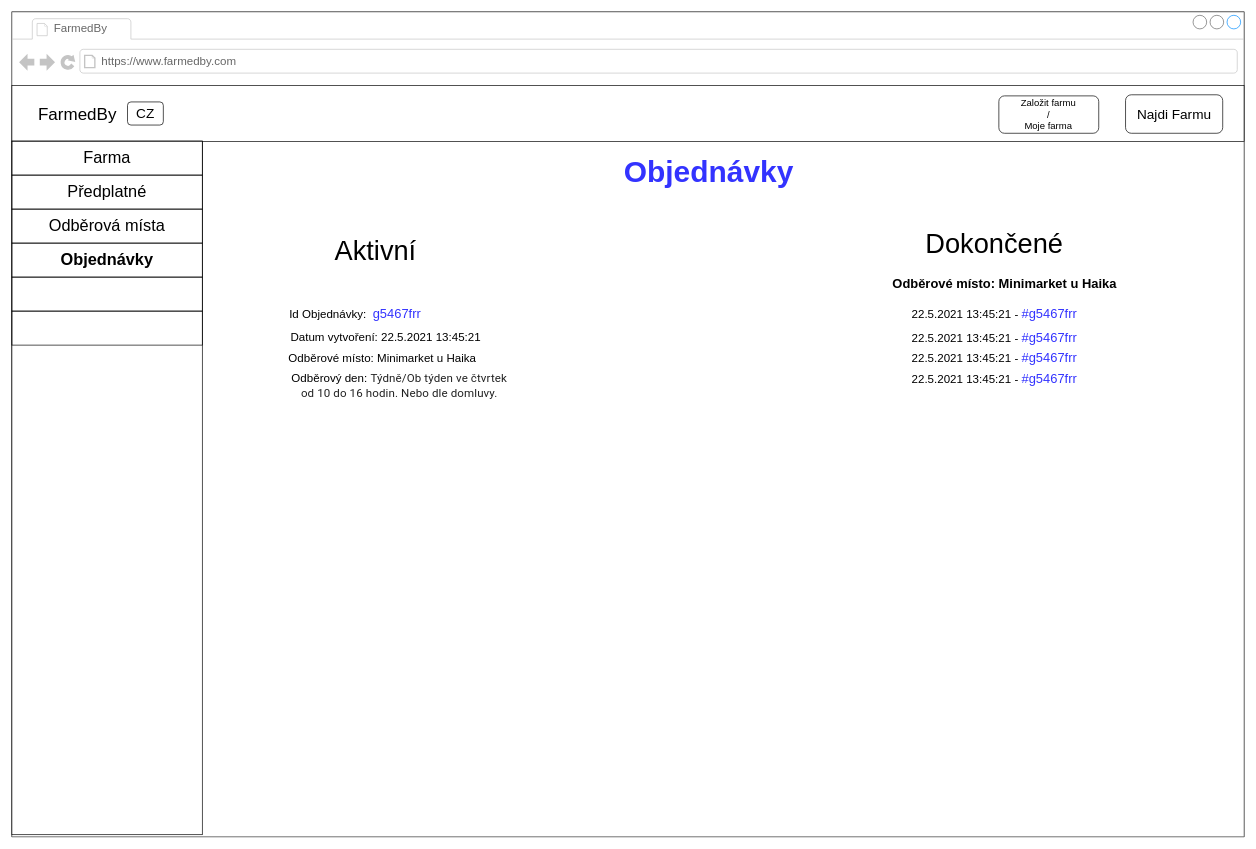
The draw.io diagram page "Page-9" (9 of 9) of wireframes.drawio in matous94/farmedby, before the edit. Source tidied: cells renumbered, new cells numbered last; positions are measured from the earlier drawing's top-left corner, leaving out a move shared by most shapes. Both pictures are drawn from the tidied source at 68%, with x=0, y=0 at pixel (12, 12).
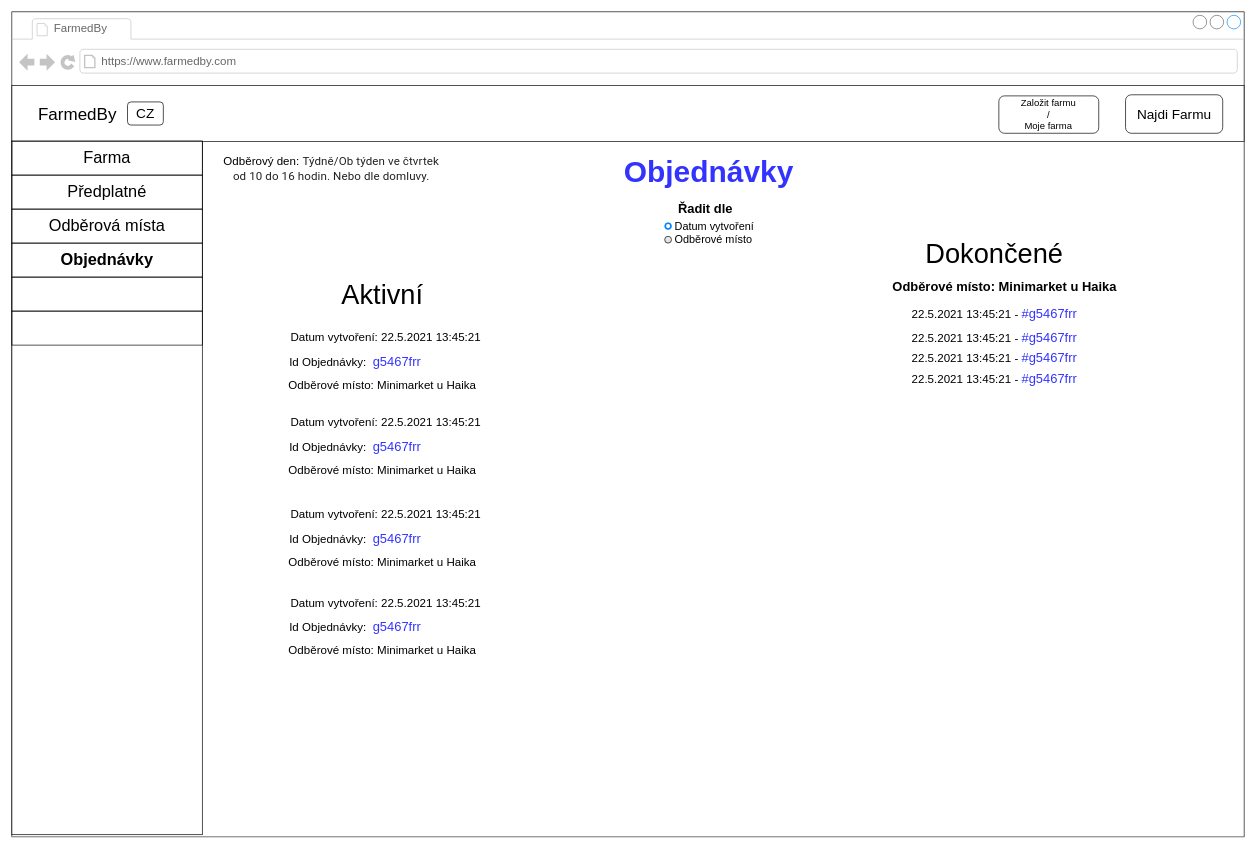
The same page after the edit.

Unchanged cells that the change refers to:
```xml
<mxCell id="2" style="group;strokeColor=#000000;strokeWidth=1;fontSize=16;align=left;" parent="1" vertex="1">
  <mxGeometry width="1812" height="1213" as="geometry" />
</mxCell>
```

Diff of the diagram source:
```diff
@@
     <mxCell id="20" value="&lt;font style=&quot;font-size: 40px&quot;&gt;Aktivní&lt;/font&gt;" style="text;html=1;strokeColor=none;fillColor=none;align=center;verticalAlign=middle;whiteSpace=wrap;rounded=0;strokeWidth=1;" parent="2" vertex="1">
-      <mxGeometry x="440" y="320" width="190" height="60" as="geometry" />
+      <mxGeometry x="450" y="385" width="190" height="60" as="geometry" />
     </mxCell>
     <mxCell id="21" value="&lt;span style=&quot;font-size: 40px&quot;&gt;Dokončené&lt;/span&gt;" style="text;html=1;strokeColor=none;fillColor=none;align=center;verticalAlign=middle;whiteSpace=wrap;rounded=0;strokeWidth=1;" parent="2" vertex="1">
-      <mxGeometry x="1340" y="310" width="210" height="60" as="geometry" />
+      <mxGeometry x="1340" y="325" width="210" height="60" as="geometry" />
     </mxCell>
-    <mxCell id="22" value="&lt;font style=&quot;font-size: 17px&quot;&gt;Datum vytvoření: 22.5.2021 13:45:21&lt;/font&gt;" style="text;html=1;strokeColor=none;fillColor=none;align=center;verticalAlign=middle;whiteSpace=wrap;rounded=0;fontSize=17;" parent="2" vertex="1">
-      <mxGeometry x="400" y="460" width="300" height="40" as="geometry" />
-    </mxCell>
-    <mxCell id="23" value="Id Objednávky:&amp;nbsp;&amp;nbsp;&lt;span style=&quot;color: rgb(51 , 51 , 255) ; font-size: 19px&quot;&gt;g5467frr&lt;/span&gt;" style="text;html=1;strokeColor=none;fillColor=none;align=center;verticalAlign=middle;whiteSpace=wrap;rounded=0;fontSize=17;" parent="2" vertex="1">
-      <mxGeometry x="400" y="420" width="210" height="50" as="geometry" />
-    </mxCell>
-    <mxCell id="24" value="&lt;font style=&quot;font-size: 17px&quot;&gt;Odběrové místo: Minimarket u Haika&lt;/font&gt;" style="text;html=1;strokeColor=none;fillColor=none;align=center;verticalAlign=middle;whiteSpace=wrap;rounded=0;fontSize=17;" parent="2" vertex="1">
-      <mxGeometry x="400" y="490" width="290" height="40" as="geometry" />
-    </mxCell>
     <mxCell id="25" value="&lt;font style=&quot;font-size: 17px&quot;&gt;&lt;font style=&quot;font-size: 17px&quot;&gt;Odběrový den:&amp;nbsp;&lt;/font&gt;&lt;span style=&quot;color: rgba(0 , 0 , 0 , 0.87) ; font-family: &amp;#34;roboto&amp;#34; , &amp;#34;helvetica&amp;#34; , &amp;#34;arial&amp;#34; , sans-serif ; letter-spacing: 0.14994px ; background-color: rgb(255 , 255 , 255)&quot;&gt;Týdně/Ob týden ve čtvrtek od 10 do 16 hodin. Nebo dle domluvy.&lt;/span&gt;&lt;/font&gt;" style="text;html=1;strokeColor=none;fillColor=none;align=center;verticalAlign=middle;whiteSpace=wrap;rounded=0;fontSize=17;" parent="2" vertex="1">
-      <mxGeometry x="400" y="520" width="340" height="60" as="geometry" />
+      <mxGeometry x="300" y="200" width="340" height="60" as="geometry" />
     </mxCell>
     <mxCell id="26" value="&lt;font style=&quot;font-size: 19px&quot;&gt;&lt;b&gt;Odběrové místo: Minimarket u Haika&lt;/b&gt;&lt;/font&gt;" style="text;html=1;strokeColor=none;fillColor=none;align=center;verticalAlign=middle;whiteSpace=wrap;rounded=0;fontSize=17;" parent="2" vertex="1">
-      <mxGeometry x="1290" y="380" width="340" height="40" as="geometry" />
+      <mxGeometry x="1290" y="385" width="340" height="40" as="geometry" />
     </mxCell>
@@
+    <mxCell id="31" style="group;" parent="2" vertex="1">
+      <mxGeometry x="850" y="270" width="340" height="70" as="geometry" />
+    </mxCell>
+    <mxCell id="32" value="&lt;font style=&quot;font-size: 19px&quot;&gt;&lt;b&gt;Řadit dle&lt;/b&gt;&lt;/font&gt;" style="text;html=1;strokeColor=none;fillColor=none;align=center;verticalAlign=middle;whiteSpace=wrap;rounded=0;fontSize=17;" parent="31" vertex="1">
+      <mxGeometry width="340" height="40" as="geometry" />
+    </mxCell>
+    <mxCell id="33" style="group;" parent="31" vertex="1">
+      <mxGeometry x="110" y="40" width="10" height="30" as="geometry" />
+    </mxCell>
+    <mxCell id="34" value="Datum vytvoření" style="html=1;shadow=0;dashed=0;shape=mxgraph.bootstrap.radioButton2;labelPosition=right;verticalLabelPosition=middle;align=left;verticalAlign=middle;gradientColor=#DEDEDE;fillColor=#EDEDED;checked=1;spacing=5;checkedFill=#0085FC;checkedStroke=#ffffff;strokeColor=#000000;strokeWidth=1;fontSize=16;" parent="33" vertex="1">
+      <mxGeometry width="10" height="10" as="geometry" />
+    </mxCell>
+    <mxCell id="35" value="Odběrové místo" style="html=1;shadow=0;dashed=0;shape=mxgraph.bootstrap.radioButton2;labelPosition=right;verticalLabelPosition=middle;align=left;verticalAlign=middle;gradientColor=#DEDEDE;fillColor=#EDEDED;checked=0;spacing=5;checkedFill=#0085FC;checkedStroke=#ffffff;strokeColor=#000000;strokeWidth=1;fontSize=16;" parent="33" vertex="1">
+      <mxGeometry y="20" width="10" height="10" as="geometry" />
+    </mxCell>
+    <mxCell id="36" style="group;" parent="2" vertex="1">
+      <mxGeometry x="400" y="460" width="300" height="110" as="geometry" />
+    </mxCell>
+    <mxCell id="22" value="&lt;font style=&quot;font-size: 17px&quot;&gt;Datum vytvoření: 22.5.2021 13:45:21&lt;/font&gt;" style="text;html=1;strokeColor=none;fillColor=none;align=center;verticalAlign=middle;whiteSpace=wrap;rounded=0;fontSize=17;" parent="36" vertex="1">
+      <mxGeometry width="300" height="40" as="geometry" />
+    </mxCell>
+    <mxCell id="23" value="Id Objednávky:&amp;nbsp;&amp;nbsp;&lt;span style=&quot;color: rgb(51 , 51 , 255) ; font-size: 19px&quot;&gt;g5467frr&lt;/span&gt;" style="text;html=1;strokeColor=none;fillColor=none;align=center;verticalAlign=middle;whiteSpace=wrap;rounded=0;fontSize=17;" parent="36" vertex="1">
+      <mxGeometry y="30" width="210" height="50" as="geometry" />
+    </mxCell>
+    <mxCell id="24" value="&lt;font style=&quot;font-size: 17px&quot;&gt;Odběrové místo: Minimarket u Haika&lt;/font&gt;" style="text;html=1;strokeColor=none;fillColor=none;align=center;verticalAlign=middle;whiteSpace=wrap;rounded=0;fontSize=17;" parent="36" vertex="1">
+      <mxGeometry y="70" width="290" height="40" as="geometry" />
+    </mxCell>
+    <mxCell id="37" style="group;" parent="2" vertex="1">
+      <mxGeometry x="400" y="585" width="300" height="110" as="geometry" />
+    </mxCell>
+    <mxCell id="38" value="&lt;font style=&quot;font-size: 17px&quot;&gt;Datum vytvoření: 22.5.2021 13:45:21&lt;/font&gt;" style="text;html=1;strokeColor=none;fillColor=none;align=center;verticalAlign=middle;whiteSpace=wrap;rounded=0;fontSize=17;" parent="37" vertex="1">
+      <mxGeometry width="300" height="40" as="geometry" />
+    </mxCell>
+    <mxCell id="39" value="Id Objednávky:&amp;nbsp;&amp;nbsp;&lt;span style=&quot;color: rgb(51 , 51 , 255) ; font-size: 19px&quot;&gt;g5467frr&lt;/span&gt;" style="text;html=1;strokeColor=none;fillColor=none;align=center;verticalAlign=middle;whiteSpace=wrap;rounded=0;fontSize=17;" parent="37" vertex="1">
+      <mxGeometry y="30" width="210" height="50" as="geometry" />
+    </mxCell>
+    <mxCell id="40" value="&lt;font style=&quot;font-size: 17px&quot;&gt;Odběrové místo: Minimarket u Haika&lt;/font&gt;" style="text;html=1;strokeColor=none;fillColor=none;align=center;verticalAlign=middle;whiteSpace=wrap;rounded=0;fontSize=17;" parent="37" vertex="1">
+      <mxGeometry y="70" width="290" height="40" as="geometry" />
+    </mxCell>
+    <mxCell id="41" style="group;" parent="2" vertex="1">
+      <mxGeometry x="400" y="720" width="300" height="110" as="geometry" />
+    </mxCell>
+    <mxCell id="42" value="&lt;font style=&quot;font-size: 17px&quot;&gt;Datum vytvoření: 22.5.2021 13:45:21&lt;/font&gt;" style="text;html=1;strokeColor=none;fillColor=none;align=center;verticalAlign=middle;whiteSpace=wrap;rounded=0;fontSize=17;" parent="41" vertex="1">
+      <mxGeometry width="300" height="40" as="geometry" />
+    </mxCell>
+    <mxCell id="43" value="Id Objednávky:&amp;nbsp;&amp;nbsp;&lt;span style=&quot;color: rgb(51 , 51 , 255) ; font-size: 19px&quot;&gt;g5467frr&lt;/span&gt;" style="text;html=1;strokeColor=none;fillColor=none;align=center;verticalAlign=middle;whiteSpace=wrap;rounded=0;fontSize=17;" parent="41" vertex="1">
+      <mxGeometry y="30" width="210" height="50" as="geometry" />
+    </mxCell>
+    <mxCell id="44" value="&lt;font style=&quot;font-size: 17px&quot;&gt;Odběrové místo: Minimarket u Haika&lt;/font&gt;" style="text;html=1;strokeColor=none;fillColor=none;align=center;verticalAlign=middle;whiteSpace=wrap;rounded=0;fontSize=17;" parent="41" vertex="1">
+      <mxGeometry y="70" width="290" height="40" as="geometry" />
+    </mxCell>
+    <mxCell id="45" style="group;" parent="2" vertex="1">
+      <mxGeometry x="400" y="850" width="300" height="110" as="geometry" />
+    </mxCell>
+    <mxCell id="46" value="&lt;font style=&quot;font-size: 17px&quot;&gt;Datum vytvoření: 22.5.2021 13:45:21&lt;/font&gt;" style="text;html=1;strokeColor=none;fillColor=none;align=center;verticalAlign=middle;whiteSpace=wrap;rounded=0;fontSize=17;" parent="45" vertex="1">
+      <mxGeometry width="300" height="40" as="geometry" />
+    </mxCell>
+    <mxCell id="47" value="Id Objednávky:&amp;nbsp;&amp;nbsp;&lt;span style=&quot;color: rgb(51 , 51 , 255) ; font-size: 19px&quot;&gt;g5467frr&lt;/span&gt;" style="text;html=1;strokeColor=none;fillColor=none;align=center;verticalAlign=middle;whiteSpace=wrap;rounded=0;fontSize=17;" parent="45" vertex="1">
+      <mxGeometry y="30" width="210" height="50" as="geometry" />
+    </mxCell>
+    <mxCell id="48" value="&lt;font style=&quot;font-size: 17px&quot;&gt;Odběrové místo: Minimarket u Haika&lt;/font&gt;" style="text;html=1;strokeColor=none;fillColor=none;align=center;verticalAlign=middle;whiteSpace=wrap;rounded=0;fontSize=17;" parent="45" vertex="1">
+      <mxGeometry y="70" width="290" height="40" as="geometry" />
+    </mxCell>
```
